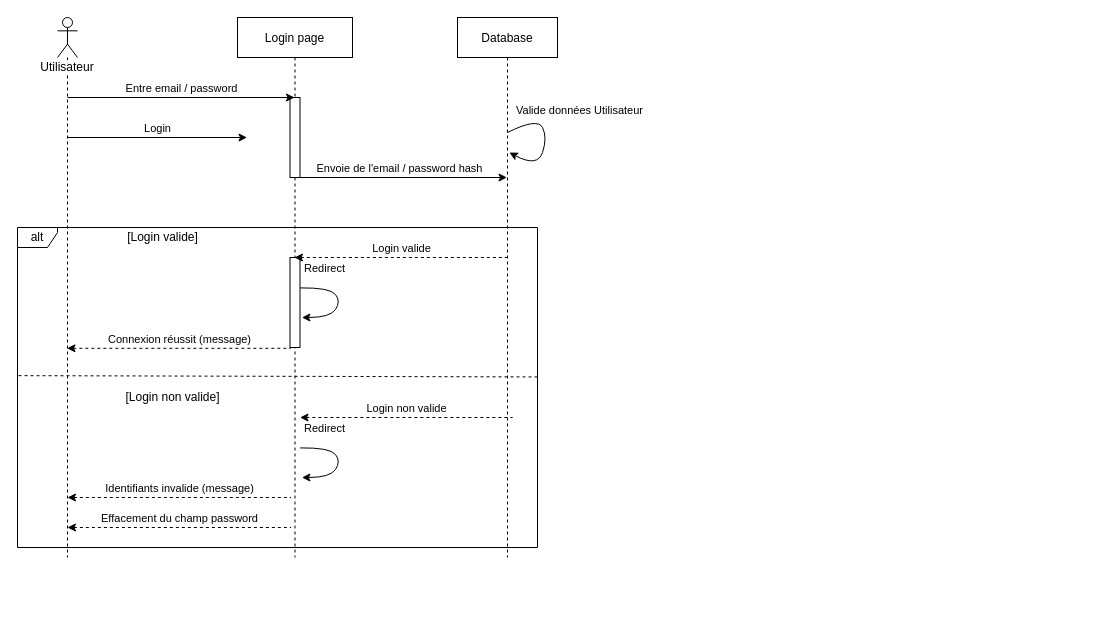
Above: SequencePasswordReset.drawio in Devetik/Diagrammes (draw.io), before the change. Source tidied: cells renumbered, new cells numbered last; positions are measured from the earlier drawing's top-left corner, leaving out a move shared by most shapes. Both pictures are drawn from the tidied source at 100%, with x=0, y=0 at pixel (17, 17).
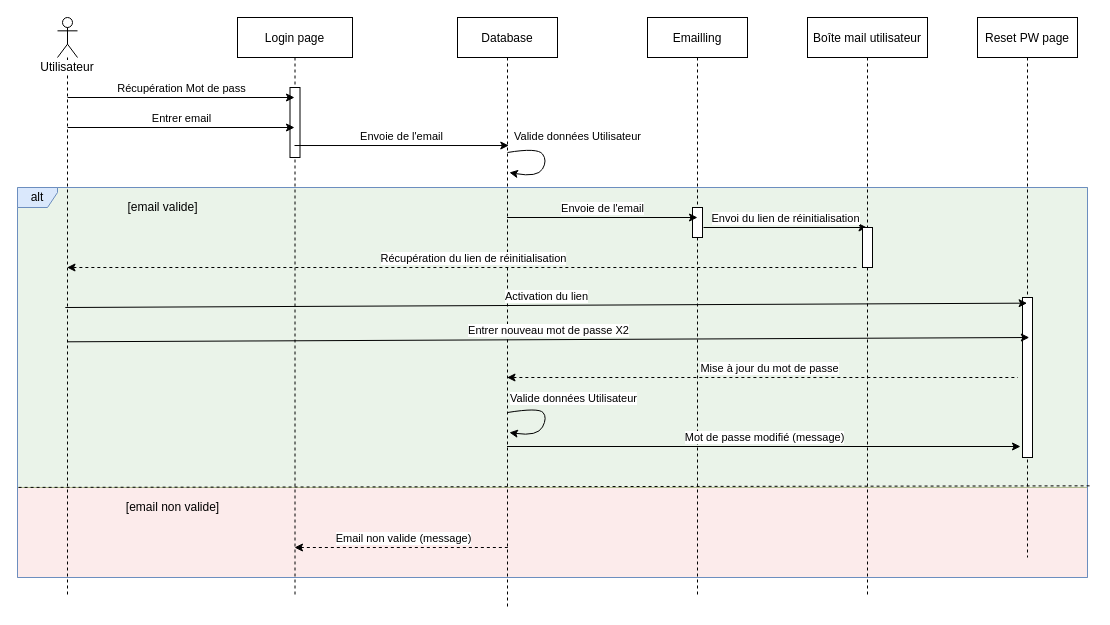
The same page after the edit.

Diff of the diagram source:
```diff
@@
+    <mxCell id="22" style="rounded=0;whiteSpace=wrap;html=1;fillColor=#f8cecc;strokeColor=#b85450;opacity=40;" parent="1" vertex="1">
+      <mxGeometry y="470" width="1070" height="90" as="geometry" />
+    </mxCell>
+    <mxCell id="23" style="rounded=0;whiteSpace=wrap;html=1;fillColor=#d5e8d4;strokeColor=#82b366;opacity=50;" parent="1" vertex="1">
+      <mxGeometry y="170" width="1070" height="300" as="geometry" />
+    </mxCell>
     <mxCell id="2" value="Login page" style="shape=umlLifeline;perimeter=lifelinePerimeter;rounded=0;shadow=0;strokeWidth=1;" parent="1" vertex="1">
-      <mxGeometry x="220" width="115" height="540" as="geometry" />
+      <mxGeometry x="220" width="115" height="580" as="geometry" />
     </mxCell>
-    <mxCell id="3" style="perimeter=orthogonalPerimeter;rounded=0;shadow=0;strokeWidth=1;" parent="2" vertex="1">
-      <mxGeometry x="52.5" y="80" width="10" height="80" as="geometry" />
-    </mxCell>
-    <mxCell id="4" value="Envoie de l'email / password hash" style="endArrow=classic;html=1;rounded=0;verticalAlign=bottom;" parent="2" edge="1" target="9">
-      <mxGeometry relative="1" as="geometry">
-        <mxPoint x="55" y="160" as="sourcePoint" />
-      </mxGeometry>
-    </mxCell>
-    <mxCell id="5" value="Redirect" style="curved=1;endArrow=classic;html=1;rounded=0;exitX=0.5;exitY=0.213;exitDx=0;exitDy=0;exitPerimeter=0;entryX=0.519;entryY=0.25;entryDx=0;entryDy=0;entryPerimeter=0;verticalAlign=bottom;" parent="2" edge="1">
-      <mxGeometry x="-0.47" y="10" relative="1" as="geometry">
-        <mxPoint x="62.5" y="270.4" as="sourcePoint" />
-        <mxPoint x="64.4" y="300" as="targetPoint" />
-        <Array as="points">
-          <mxPoint x="92.5" y="270" />
-          <mxPoint x="103.5" y="284" />
-          <mxPoint x="92.5" y="300" />
-        </Array>
-      </mxGeometry>
-    </mxCell>
-    <mxCell id="6" style="points=[];perimeter=orthogonalPerimeter;rounded=0;shadow=0;strokeWidth=1;" parent="2" vertex="1">
-      <mxGeometry x="52.5" y="240" width="10" height="90" as="geometry" />
-    </mxCell>
-    <mxCell id="7" value="Redirect" style="curved=1;endArrow=classic;html=1;rounded=0;exitX=0.5;exitY=0.213;exitDx=0;exitDy=0;exitPerimeter=0;entryX=0.519;entryY=0.25;entryDx=0;entryDy=0;entryPerimeter=0;verticalAlign=bottom;" parent="2" edge="1">
-      <mxGeometry x="-0.47" y="10" relative="1" as="geometry">
-        <mxPoint x="62.5" y="430.4" as="sourcePoint" />
-        <mxPoint x="64.4" y="460" as="targetPoint" />
-        <Array as="points">
-          <mxPoint x="92.5" y="430" />
-          <mxPoint x="103.5" y="444" />
-          <mxPoint x="92.5" y="460" />
-        </Array>
-      </mxGeometry>
-    </mxCell>
-    <mxCell id="8" value="Login non valide" style="endArrow=none;html=1;rounded=0;verticalAlign=bottom;startArrow=classic;startFill=1;endFill=0;dashed=1;" parent="2" edge="1">
-      <mxGeometry relative="1" as="geometry">
-        <mxPoint x="62.5" y="400" as="sourcePoint" />
-        <mxPoint x="275.2" y="400" as="targetPoint" />
-      </mxGeometry>
-    </mxCell>
+    <mxCell id="24" style="perimeter=orthogonalPerimeter;rounded=0;shadow=0;strokeWidth=1;" parent="2" vertex="1">
+      <mxGeometry x="52.5" y="70" width="10" height="70" as="geometry" />
+    </mxCell>
     <mxCell id="9" value="Database" style="shape=umlLifeline;perimeter=lifelinePerimeter;rounded=0;shadow=0;strokeWidth=1;" parent="1" vertex="1">
-      <mxGeometry x="440" width="100" height="540" as="geometry" />
+      <mxGeometry x="440" width="100" height="590" as="geometry" />
     </mxCell>
-    <mxCell id="10" value="Login valide" style="endArrow=none;html=1;rounded=0;verticalAlign=bottom;startArrow=classic;startFill=1;endFill=0;dashed=1;" parent="9" edge="1" source="2">
-      <mxGeometry relative="1" as="geometry">
-        <mxPoint x="50" y="240" as="targetPoint" />
-      </mxGeometry>
-    </mxCell>
-    <mxCell id="11" value="Entre email / password" style="endArrow=classic;html=1;rounded=0;verticalAlign=bottom;" parent="1" edge="1" target="2">
-      <mxGeometry relative="1" as="geometry">
-        <mxPoint x="50" y="80" as="sourcePoint" />
-      </mxGeometry>
-    </mxCell>
-    <mxCell id="12" value="Login" style="endArrow=classic;html=1;rounded=0;verticalAlign=bottom;" parent="1" edge="1">
-      <mxGeometry relative="1" as="geometry">
-        <mxPoint x="50" y="120" as="sourcePoint" />
-        <mxPoint x="229.5" y="120" as="targetPoint" />
-      </mxGeometry>
-    </mxCell>
+    <mxCell id="25" value="Valide données Utilisateur" style="curved=1;endArrow=classic;html=1;rounded=0;exitX=0.5;exitY=0.213;exitDx=0;exitDy=0;exitPerimeter=0;entryX=0.519;entryY=0.25;entryDx=0;entryDy=0;entryPerimeter=0;verticalAlign=bottom;" parent="9" edge="1">
+      <mxGeometry y="32" relative="1" as="geometry">
+        <mxPoint x="50" y="135" as="sourcePoint" />
+        <mxPoint x="51.9" y="155" as="targetPoint" />
+        <Array as="points">
+          <mxPoint x="80" y="130" />
+          <mxPoint x="90" y="143" />
+          <mxPoint x="80" y="160" />
+        </Array>
+        <mxPoint x="3" y="-32" as="offset" />
+      </mxGeometry>
+    </mxCell>
-    <mxCell id="13" value="Valide données Utilisateur" style="curved=1;endArrow=classic;html=1;rounded=0;exitX=0.5;exitY=0.213;exitDx=0;exitDy=0;exitPerimeter=0;entryX=0.519;entryY=0.25;entryDx=0;entryDy=0;entryPerimeter=0;verticalAlign=bottom;" parent="1" edge="1" source="9" target="9">
-      <mxGeometry y="32" relative="1" as="geometry">
+    <mxCell id="13" value="Valide données Utilisateur" style="curved=1;endArrow=classic;html=1;rounded=0;exitX=0.5;exitY=0.213;exitDx=0;exitDy=0;exitPerimeter=0;entryX=0.519;entryY=0.25;entryDx=0;entryDy=0;entryPerimeter=0;verticalAlign=bottom;" parent="9" edge="1">
+      <mxGeometry x="-0.05" y="28" relative="1" as="geometry">
+        <mxPoint x="50" y="395" as="sourcePoint" />
+        <mxPoint x="51.9" y="415" as="targetPoint" />
         <Array as="points">
-          <mxPoint x="520" y="100" />
-          <mxPoint x="530" y="120" />
-          <mxPoint x="520" y="150" />
+          <mxPoint x="81" y="390" />
+          <mxPoint x="90" y="400" />
+          <mxPoint x="80" y="419" />
         </Array>
-        <mxPoint x="3" y="-32" as="offset" />
+        <mxPoint x="1" y="-23" as="offset" />
       </mxGeometry>
     </mxCell>
-    <mxCell id="14" value="alt" style="shape=umlFrame;whiteSpace=wrap;html=1;width=40;height=20;" parent="1" vertex="1">
-      <mxGeometry y="210" width="520" height="320" as="geometry" />
+    <mxCell id="14" value="alt" style="shape=umlFrame;whiteSpace=wrap;html=1;width=40;height=20;fillColor=#dae8fc;strokeColor=#6c8ebf;gradientColor=none;swimlaneFillColor=none;" parent="1" vertex="1">
+      <mxGeometry y="170" width="1070" height="390" as="geometry" />
     </mxCell>
     <mxCell id="15" value="Utilisateur" style="shape=umlLifeline;participant=umlActor;perimeter=lifelinePerimeter;whiteSpace=wrap;html=1;verticalAlign=top;spacingTop=36;outlineConnect=0;align=center;labelBackgroundColor=default;size=40;" parent="1" vertex="1">
-      <mxGeometry x="40" width="20" height="540" as="geometry" />
+      <mxGeometry x="40" width="20" height="580" as="geometry" />
     </mxCell>
-    <mxCell id="16" value="Connexion réussit (message)" style="endArrow=none;html=1;rounded=0;verticalAlign=bottom;startArrow=classic;startFill=1;endFill=0;dashed=1;entryX=0.091;entryY=1.009;entryDx=0;entryDy=0;entryPerimeter=0;" parent="1" edge="1" source="15" target="6">
-      <mxGeometry relative="1" as="geometry" />
-    </mxCell>
-    <mxCell id="17" value="Identifiants invalide (message)" style="endArrow=none;html=1;rounded=0;verticalAlign=bottom;startArrow=classic;startFill=1;endFill=0;dashed=1;entryX=0.091;entryY=1.009;entryDx=0;entryDy=0;entryPerimeter=0;" parent="1" edge="1">
-      <mxGeometry relative="1" as="geometry">
-        <mxPoint x="50" y="480" as="sourcePoint" />
-        <mxPoint x="273.6" y="480" as="targetPoint" />
-      </mxGeometry>
-    </mxCell>
-    <mxCell id="18" value="Effacement du champ password" style="endArrow=none;html=1;rounded=0;verticalAlign=bottom;startArrow=classic;startFill=1;endFill=0;dashed=1;entryX=0.091;entryY=1.009;entryDx=0;entryDy=0;entryPerimeter=0;" parent="1" edge="1">
-      <mxGeometry relative="1" as="geometry">
-        <mxPoint x="50" y="510" as="sourcePoint" />
-        <mxPoint x="273.6" y="510" as="targetPoint" />
-      </mxGeometry>
-    </mxCell>
+    <mxCell id="26" value="Email non valide (message)" style="endArrow=none;html=1;rounded=0;verticalAlign=bottom;startArrow=classic;startFill=1;endFill=0;dashed=1;" parent="15" edge="1" source="2">
+      <mxGeometry x="0.03" relative="1" as="geometry">
+        <mxPoint x="450.9" y="530" as="targetPoint" />
+        <mxPoint x="-1" as="offset" />
+      </mxGeometry>
+    </mxCell>
-    <mxCell id="19" style="endArrow=none;dashed=1;html=1;rounded=0;exitX=0.002;exitY=0.463;exitDx=0;exitDy=0;exitPerimeter=0;entryX=1.001;entryY=0.467;entryDx=0;entryDy=0;entryPerimeter=0;" parent="1" edge="1" source="14" target="14">
+    <mxCell id="19" style="endArrow=none;dashed=1;html=1;rounded=0;entryX=1.003;entryY=0.765;entryDx=0;entryDy=0;entryPerimeter=0;exitX=0.001;exitY=0.769;exitDx=0;exitDy=0;exitPerimeter=0;" parent="1" edge="1" source="14" target="14">
       <mxGeometry relative="1" as="geometry" />
     </mxCell>
-    <mxCell id="20" value="[Login valide]" style="text;html=1;align=center;verticalAlign=middle;strokeColor=none;fillColor=none;" parent="1" vertex="1">
-      <mxGeometry x="100" y="210" width="90" height="20" as="geometry" />
+    <mxCell id="20" value="[email valide]" style="text;html=1;align=center;verticalAlign=middle;strokeColor=none;fillColor=none;" parent="1" vertex="1">
+      <mxGeometry x="100" y="180" width="90" height="20" as="geometry" />
     </mxCell>
-    <mxCell id="21" value="[Login non valide]" style="text;html=1;align=center;verticalAlign=middle;strokeColor=none;fillColor=none;" parent="1" vertex="1">
-      <mxGeometry x="100" y="370" width="110" height="20" as="geometry" />
-    </mxCell>
+    <mxCell id="27" value="Boîte mail utilisateur" style="shape=umlLifeline;perimeter=lifelinePerimeter;rounded=0;shadow=0;strokeWidth=1;" parent="1" vertex="1">
+      <mxGeometry x="790" width="120" height="580" as="geometry" />
+    </mxCell>
+    <mxCell id="28" value="Envoi du lien de réinitialisation" style="endArrow=classic;html=1;rounded=0;verticalAlign=bottom;" parent="27" edge="1" target="27">
+      <mxGeometry relative="1" as="geometry">
+        <mxPoint x="-104" y="210" as="sourcePoint" />
+      </mxGeometry>
+    </mxCell>
+    <mxCell id="29" value="Récupération du lien de réinitialisation" style="endArrow=none;html=1;rounded=0;verticalAlign=bottom;startArrow=classic;startFill=1;endFill=0;dashed=1;" parent="27" edge="1" source="15">
+      <mxGeometry x="0.03" relative="1" as="geometry">
+        <mxPoint x="49.7" y="250" as="targetPoint" />
+        <mxPoint x="-1" as="offset" />
+      </mxGeometry>
+    </mxCell>
+    <mxCell id="30" value="Mise à jour du mot de passe" style="endArrow=none;html=1;rounded=0;verticalAlign=bottom;startArrow=classic;startFill=1;endFill=0;dashed=1;" parent="27" edge="1" source="9">
+      <mxGeometry x="0.03" relative="1" as="geometry">
+        <mxPoint x="210.4" y="360" as="targetPoint" />
+        <mxPoint x="-1" as="offset" />
+      </mxGeometry>
+    </mxCell>
+    <mxCell id="31" style="perimeter=orthogonalPerimeter;rounded=0;shadow=0;strokeWidth=1;" parent="27" vertex="1">
+      <mxGeometry x="55" y="210" width="10" height="40" as="geometry" />
+    </mxCell>
+    <mxCell id="32" value="Récupération Mot de pass" style="endArrow=classic;html=1;rounded=0;verticalAlign=bottom;" parent="1" edge="1">
+      <mxGeometry relative="1" as="geometry">
+        <mxPoint x="50" y="80" as="sourcePoint" />
+        <mxPoint x="277" y="80" as="targetPoint" />
+      </mxGeometry>
+    </mxCell>
+    <mxCell id="33" value="Envoie de l'email" style="endArrow=classic;html=1;rounded=0;verticalAlign=bottom;entryX=0.513;entryY=0.217;entryDx=0;entryDy=0;entryPerimeter=0;" parent="1" edge="1" source="2" target="9">
+      <mxGeometry relative="1" as="geometry" />
+    </mxCell>
+    <mxCell id="34" value="Entrer email" style="endArrow=classic;html=1;rounded=0;verticalAlign=bottom;" parent="1" edge="1">
+      <mxGeometry relative="1" as="geometry">
+        <mxPoint x="50" y="110" as="sourcePoint" />
+        <mxPoint x="277" y="110" as="targetPoint" />
+      </mxGeometry>
+    </mxCell>
+    <mxCell id="35" value="Emailling" style="shape=umlLifeline;perimeter=lifelinePerimeter;rounded=0;shadow=0;strokeWidth=1;" parent="1" vertex="1">
+      <mxGeometry x="630" width="100" height="580" as="geometry" />
+    </mxCell>
+    <mxCell id="3" style="perimeter=orthogonalPerimeter;rounded=0;shadow=0;strokeWidth=1;" parent="35" vertex="1">
+      <mxGeometry x="45" y="190" width="10" height="30" as="geometry" />
+    </mxCell>
+    <mxCell id="36" value="Reset PW page" style="shape=umlLifeline;perimeter=lifelinePerimeter;rounded=0;shadow=0;strokeWidth=1;" parent="1" vertex="1">
+      <mxGeometry x="960" width="100" height="540" as="geometry" />
+    </mxCell>
+    <mxCell id="37" style="perimeter=orthogonalPerimeter;rounded=0;shadow=0;strokeWidth=1;" parent="36" vertex="1">
+      <mxGeometry x="45" y="280" width="10" height="160" as="geometry" />
+    </mxCell>
+    <mxCell id="38" value="Activation du lien" style="endArrow=classic;html=1;rounded=0;verticalAlign=bottom;entryX=0.496;entryY=0.529;entryDx=0;entryDy=0;entryPerimeter=0;" parent="1" edge="1" target="36">
+      <mxGeometry relative="1" as="geometry">
+        <mxPoint x="47.8" y="290" as="sourcePoint" />
+      </mxGeometry>
+    </mxCell>
+    <mxCell id="39" value="Entrer nouveau mot de passe X2" style="endArrow=classic;html=1;rounded=0;verticalAlign=bottom;entryX=0.496;entryY=0.529;entryDx=0;entryDy=0;entryPerimeter=0;" parent="1" edge="1">
+      <mxGeometry relative="1" as="geometry">
+        <mxPoint x="50" y="324.3" as="sourcePoint" />
+        <mxPoint x="1011.8" y="320" as="targetPoint" />
+      </mxGeometry>
+    </mxCell>
+    <mxCell id="40" value="Envoie de l'email" style="endArrow=classic;html=1;rounded=0;verticalAlign=bottom;" parent="1" edge="1" source="9">
+      <mxGeometry relative="1" as="geometry">
+        <mxPoint x="680" y="200" as="targetPoint" />
+      </mxGeometry>
+    </mxCell>
+    <mxCell id="41" value="Mot de passe modifié (message)" style="endArrow=classic;html=1;rounded=0;verticalAlign=bottom;" parent="1" edge="1" source="9">
+      <mxGeometry relative="1" as="geometry">
+        <mxPoint x="1003" y="429" as="targetPoint" />
+      </mxGeometry>
+    </mxCell>
+    <mxCell id="42" value="[email non valide]" style="text;html=1;align=center;verticalAlign=middle;strokeColor=none;fillColor=none;" parent="1" vertex="1">
+      <mxGeometry x="100" y="480" width="110" height="20" as="geometry" />
+    </mxCell>
```
